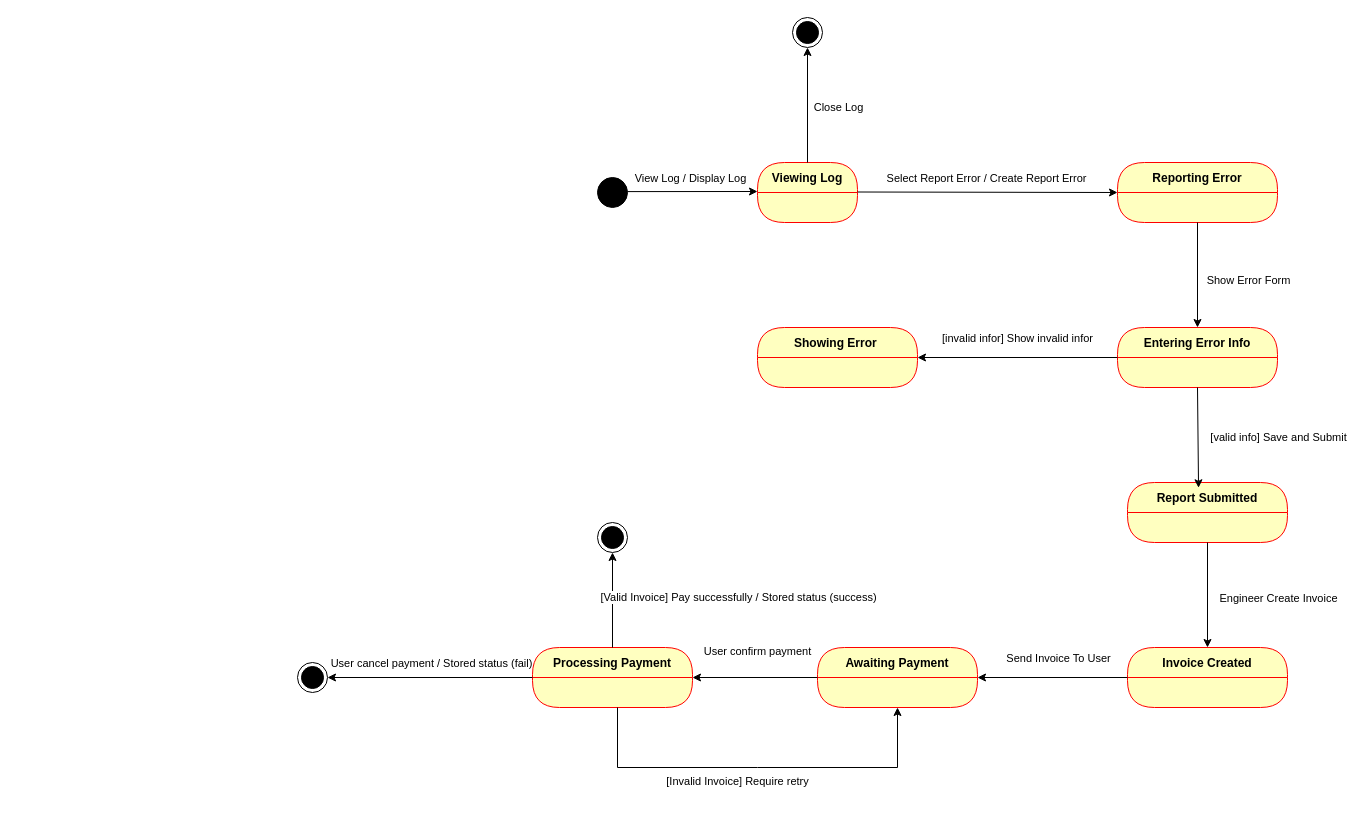
Above: State machine diagram/customer_support_state_machine.drawio in cuongceg/BTL-IT3120 (draw.io), before the change. Source tidied: cells renumbered, new cells numbered last; positions are measured from the earlier drawing's top-left corner, leaving out a move shared by most shapes. Both pictures are drawn from the tidied source at 100%, with x=0, y=0 at pixel (297, 17).
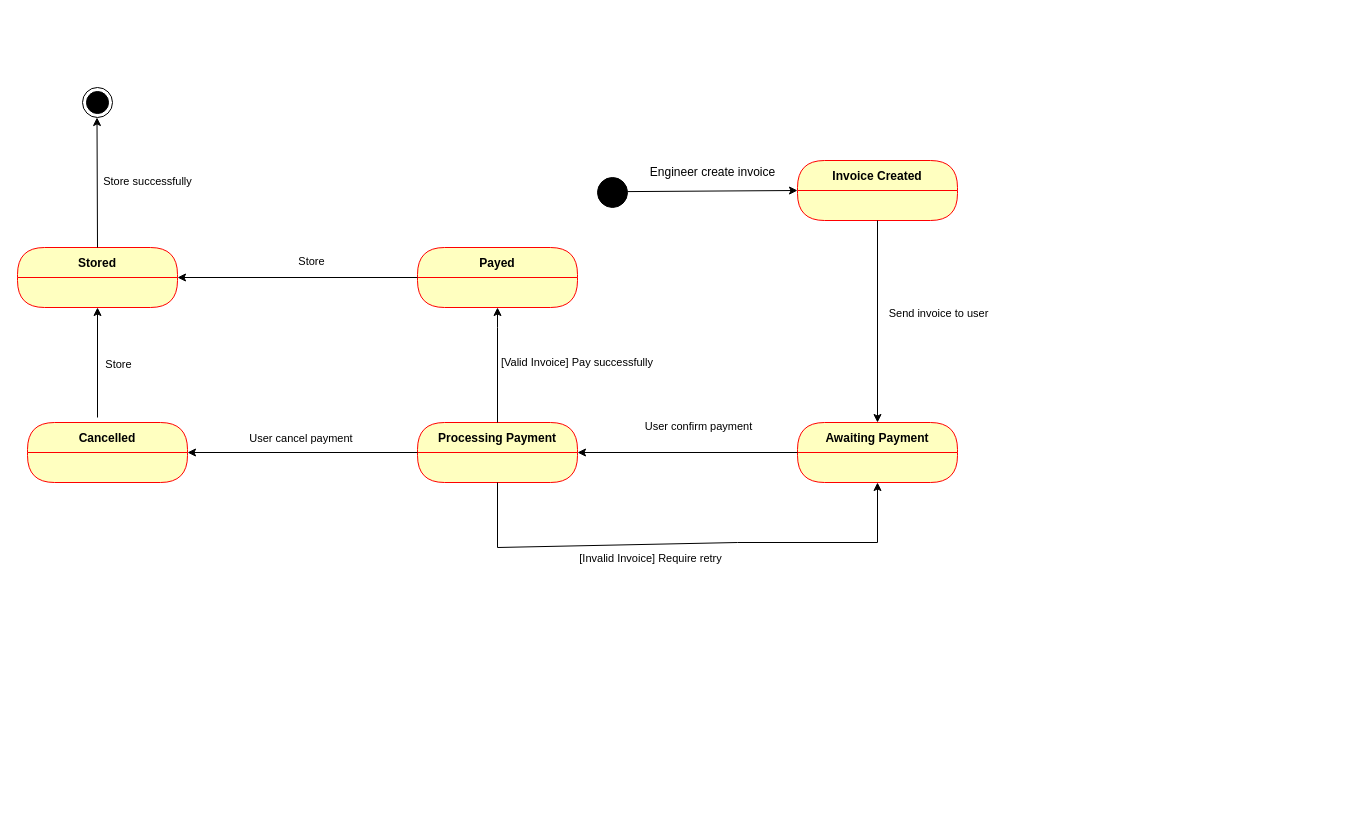
After the change.

Commit message:
fix: update state invoice

Diff of the diagram source:
```diff
@@
-    <mxCell id="2" style="ellipse;html=1;shape=endState;fillColor=strokeColor;" parent="1" vertex="1">
-      <mxGeometry x="300" y="505" width="30" height="30" as="geometry" />
-    </mxCell>
@@
-    <mxCell id="4" style="rounded=0;orthogonalLoop=1;jettySize=auto;html=1;exitX=1;exitY=0.5;exitDx=0;exitDy=0;" parent="1" edge="1">
+    <mxCell id="4" style="rounded=0;jettySize=auto;html=1;exitX=1;exitY=0.5;exitDx=0;exitDy=0;entryX=0;entryY=0.5;entryDx=0;entryDy=0;" parent="1" edge="1" target="24">
       <mxGeometry relative="1" as="geometry">
         <mxPoint x="330" y="174.1" as="sourcePoint" />
-        <mxPoint x="460" y="174" as="targetPoint" />
       </mxGeometry>
     </mxCell>
-    <mxCell id="5" value="&lt;div&gt;View Log / Display Log&lt;/div&gt;" style="edgeLabel;html=1;align=center;verticalAlign=middle;" parent="4" vertex="1">
-      <mxGeometry x="-0.01" y="1" relative="1" as="geometry">
-        <mxPoint x="-1" y="-13" as="offset" />
-      </mxGeometry>
-    </mxCell>
-    <mxCell id="6" value="Viewing Log" style="swimlane;fontStyle=1;align=center;verticalAlign=middle;horizontal=1;startSize=30;fontColor=#000000;rounded=1;arcSize=30;strokeColor=#ff0000;fillColor=#ffffc0;swimlaneFillColor=#ffffc0;" parent="1" vertex="1">
-      <mxGeometry x="460" y="145" width="100" height="60" as="geometry" />
-    </mxCell>
-    <mxCell id="7" value="Reporting Error" style="swimlane;fontStyle=1;align=center;verticalAlign=middle;horizontal=1;startSize=30;fontColor=#000000;rounded=1;arcSize=30;strokeColor=#ff0000;fillColor=#ffffc0;swimlaneFillColor=#ffffc0;" parent="1" vertex="1">
-      <mxGeometry x="820" y="145" width="160" height="60" as="geometry" />
-    </mxCell>
-    <mxCell id="8" style="rounded=0;jettySize=auto;html=1;exitX=1;exitY=0.5;exitDx=0;exitDy=0;entryX=0;entryY=0.5;entryDx=0;entryDy=0;" parent="1" edge="1" target="7">
-      <mxGeometry relative="1" as="geometry">
-        <mxPoint x="560" y="174.5" as="sourcePoint" />
-      </mxGeometry>
-    </mxCell>
-    <mxCell id="9" value="&lt;div&gt;Select Report Error / Create Report Error&lt;/div&gt;" style="edgeLabel;html=1;align=center;verticalAlign=middle;" parent="8" vertex="1">
-      <mxGeometry x="-0.01" y="1" relative="1" as="geometry">
-        <mxPoint x="-1" y="-13" as="offset" />
-      </mxGeometry>
-    </mxCell>
-    <mxCell id="10" style="ellipse;html=1;shape=endState;fillColor=strokeColor;" parent="1" vertex="1">
-      <mxGeometry x="495" width="30" height="30" as="geometry" />
-    </mxCell>
-    <mxCell id="11" style="endArrow=classic;html=1;rounded=0;exitX=0.5;exitY=0;exitDx=0;exitDy=0;entryX=0.5;entryY=1;entryDx=0;entryDy=0;" parent="1" edge="1" source="6" target="10">
-      <mxGeometry relative="1" as="geometry" />
-    </mxCell>
-    <mxCell id="12" value="Close Log" style="edgeLabel;html=1;align=center;verticalAlign=middle;" parent="11" vertex="1">
-      <mxGeometry x="-0.03" y="-2" relative="1" as="geometry">
-        <mxPoint x="28" as="offset" />
-      </mxGeometry>
-    </mxCell>
-    <mxCell id="13" value="Entering Error Info" style="swimlane;fontStyle=1;align=center;verticalAlign=middle;horizontal=1;startSize=30;fontColor=#000000;rounded=1;arcSize=30;strokeColor=#ff0000;fillColor=#ffffc0;swimlaneFillColor=#ffffc0;" parent="1" vertex="1">
-      <mxGeometry x="820" y="310" width="160" height="60" as="geometry" />
-    </mxCell>
-    <mxCell id="14" style="endArrow=classic;html=1;rounded=0;exitX=0.5;exitY=1;exitDx=0;exitDy=0;" parent="1" edge="1" source="7" target="13">
-      <mxGeometry relative="1" as="geometry" />
-    </mxCell>
-    <mxCell id="15" value="Show Error Form" style="edgeLabel;html=1;align=center;verticalAlign=middle;" parent="14" vertex="1">
-      <mxGeometry x="0.09" y="3" relative="1" as="geometry">
-        <mxPoint x="47" as="offset" />
-      </mxGeometry>
-    </mxCell>
-    <mxCell id="16" value="Report Submitted" style="swimlane;fontStyle=1;align=center;verticalAlign=middle;horizontal=1;startSize=30;fontColor=#000000;rounded=1;arcSize=30;strokeColor=#ff0000;fillColor=#ffffc0;swimlaneFillColor=#ffffc0;" parent="1" vertex="1">
-      <mxGeometry x="830" y="465" width="160" height="60" as="geometry" />
-    </mxCell>
-    <mxCell id="17" value="Showing Error " style="swimlane;fontStyle=1;align=center;verticalAlign=middle;horizontal=1;startSize=30;fontColor=#000000;rounded=1;arcSize=30;strokeColor=#ff0000;fillColor=#ffffc0;swimlaneFillColor=#ffffc0;" parent="1" vertex="1">
-      <mxGeometry x="460" y="310" width="160" height="60" as="geometry" />
-    </mxCell>
-    <mxCell id="18" style="endArrow=classic;html=1;rounded=0;exitX=0;exitY=0.5;exitDx=0;exitDy=0;entryX=1;entryY=0.5;entryDx=0;entryDy=0;" parent="1" edge="1" source="13" target="17">
-      <mxGeometry relative="1" as="geometry" />
-    </mxCell>
-    <mxCell id="19" value="[invalid infor] Show invalid infor" style="edgeLabel;html=1;align=center;verticalAlign=middle;" parent="18" vertex="1">
-      <mxGeometry x="0.01" y="-4" relative="1" as="geometry">
-        <mxPoint y="-16" as="offset" />
-      </mxGeometry>
-    </mxCell>
-    <mxCell id="20" style="endArrow=classic;html=1;rounded=0;exitX=0.5;exitY=1;exitDx=0;exitDy=0;entryX=0.444;entryY=0.088;entryDx=0;entryDy=0;entryPerimeter=0;" parent="1" edge="1" source="13" target="16">
-      <mxGeometry relative="1" as="geometry" />
-    </mxCell>
-    <mxCell id="21" value="[valid info] Save and Submit" style="edgeLabel;html=1;align=center;verticalAlign=middle;" parent="20" vertex="1">
-      <mxGeometry x="-0.08" y="1" relative="1" as="geometry">
-        <mxPoint x="79" y="4" as="offset" />
-      </mxGeometry>
-    </mxCell>
-    <mxCell id="22" style="endArrow=classic;html=1;rounded=0;exitX=0.5;exitY=1;exitDx=0;exitDy=0;" parent="1" edge="1" source="16">
-      <mxGeometry relative="1" as="geometry">
-        <mxPoint x="910" y="630" as="targetPoint" />
-      </mxGeometry>
-    </mxCell>
-    <mxCell id="23" value="Engineer Create Invoice" style="edgeLabel;html=1;align=center;verticalAlign=middle;" parent="22" vertex="1">
-      <mxGeometry x="-0.06" y="-4" relative="1" as="geometry">
-        <mxPoint x="74" y="6" as="offset" />
-      </mxGeometry>
-    </mxCell>
     <mxCell id="24" value="Invoice Created" style="swimlane;fontStyle=1;align=center;verticalAlign=middle;horizontal=1;startSize=30;fontColor=#000000;rounded=1;arcSize=30;strokeColor=#ff0000;fillColor=#ffffc0;swimlaneFillColor=#ffffc0;" parent="1" vertex="1">
-      <mxGeometry x="830" y="630" width="160" height="60" as="geometry" />
+      <mxGeometry x="500" y="143" width="160" height="60" as="geometry" />
     </mxCell>
     <mxCell id="25" value="Awaiting Payment" style="swimlane;fontStyle=1;align=center;verticalAlign=middle;horizontal=1;startSize=30;fontColor=#000000;rounded=1;arcSize=30;strokeColor=#ff0000;fillColor=#ffffc0;swimlaneFillColor=#ffffc0;" parent="1" vertex="1">
-      <mxGeometry x="520" y="630" width="160" height="60" as="geometry" />
+      <mxGeometry x="500" y="405" width="160" height="60" as="geometry" />
     </mxCell>
-    <mxCell id="26" style="endArrow=classic;html=1;rounded=0;exitX=0;exitY=0.5;exitDx=0;exitDy=0;entryX=1;entryY=0.5;entryDx=0;entryDy=0;" parent="1" edge="1" source="24" target="25">
-      <mxGeometry relative="1" as="geometry" />
-    </mxCell>
-    <mxCell id="27" value="Send Invoice To User" style="edgeLabel;html=1;align=center;verticalAlign=middle;" parent="26" vertex="1">
-      <mxGeometry x="-0.3" y="3" relative="1" as="geometry">
-        <mxPoint x="-17" y="-23" as="offset" />
-      </mxGeometry>
-    </mxCell>
     <mxCell id="28" value="Processing Payment" style="swimlane;fontStyle=1;align=center;verticalAlign=middle;horizontal=1;startSize=30;fontColor=#000000;rounded=1;arcSize=30;strokeColor=#ff0000;fillColor=#ffffc0;swimlaneFillColor=#ffffc0;" parent="1" vertex="1">
-      <mxGeometry x="235" y="630" width="160" height="60" as="geometry" />
+      <mxGeometry x="120" y="405" width="160" height="60" as="geometry" />
     </mxCell>
@@
-    <mxCell id="31" style="endArrow=classic;html=1;rounded=0;entryX=0.5;entryY=1;entryDx=0;entryDy=0;" parent="1" edge="1" target="25">
+    <mxCell id="31" style="endArrow=classic;html=1;rounded=0;entryX=0.5;entryY=1;entryDx=0;entryDy=0;exitX=0.5;exitY=1;exitDx=0;exitDy=0;" parent="1" edge="1" source="28" target="25">
       <mxGeometry relative="1" as="geometry">
-        <mxPoint x="320" y="690" as="sourcePoint" />
         <Array as="points">
-          <mxPoint x="320" y="750" />
-          <mxPoint x="460" y="750" />
-          <mxPoint x="600" y="750" />
+          <mxPoint x="200" y="530" />
+          <mxPoint x="440" y="525" />
+          <mxPoint x="580" y="525" />
         </Array>
       </mxGeometry>
     </mxCell>
@@
-    <mxCell id="33" style="endArrow=classic;html=1;rounded=0;exitX=0.5;exitY=0;exitDx=0;exitDy=0;entryX=0.5;entryY=1;entryDx=0;entryDy=0;" parent="1" edge="1" source="28" target="2">
-      <mxGeometry relative="1" as="geometry" />
+    <mxCell id="33" style="endArrow=classic;html=1;rounded=0;exitX=0.5;exitY=0;exitDx=0;exitDy=0;" parent="1" edge="1" source="28">
+      <mxGeometry relative="1" as="geometry">
+        <mxPoint x="200" y="290" as="targetPoint" />
+        <Array as="points">
+          <mxPoint x="200" y="310" />
+        </Array>
+      </mxGeometry>
     </mxCell>
-    <mxCell id="34" value="[Valid Invoice] Pay successfully / Stored status (success)" style="edgeLabel;html=1;align=center;verticalAlign=middle;" parent="33" vertex="1">
+    <mxCell id="34" value="[Valid Invoice] Pay successfully&amp;nbsp;" style="edgeLabel;html=1;align=center;verticalAlign=middle;" parent="33" vertex="1">
       <mxGeometry x="0.05" y="-2" relative="1" as="geometry">
-        <mxPoint x="123" y="-1" as="offset" />
+        <mxPoint x="78" y="-1" as="offset" />
       </mxGeometry>
     </mxCell>
-    <mxCell id="35" style="ellipse;html=1;shape=endState;fillColor=strokeColor;" parent="1" vertex="1">
-      <mxGeometry y="645" width="30" height="30" as="geometry" />
-    </mxCell>
-    <mxCell id="36" style="endArrow=classic;html=1;rounded=0;exitX=0;exitY=0.5;exitDx=0;exitDy=0;entryX=1;entryY=0.5;entryDx=0;entryDy=0;" parent="1" edge="1" source="28" target="35">
+    <mxCell id="36" style="endArrow=classic;html=1;rounded=0;exitX=0;exitY=0.5;exitDx=0;exitDy=0;entryX=1;entryY=0.5;entryDx=0;entryDy=0;" parent="1" edge="1" source="28" target="40">
       <mxGeometry relative="1" as="geometry" />
     </mxCell>
-    <mxCell id="37" value="User cancel payment / Stored status (fail)" style="edgeLabel;html=1;align=center;verticalAlign=middle;" parent="36" vertex="1">
+    <mxCell id="37" value="User cancel payment&amp;nbsp;" style="edgeLabel;html=1;align=center;verticalAlign=middle;" parent="36" vertex="1">
       <mxGeometry x="0.11" y="-4" relative="1" as="geometry">
         <mxPoint x="12" y="-11" as="offset" />
       </mxGeometry>
     </mxCell>
+    <mxCell id="38" value="Engineer create invoice" style="text;html=1;align=center;verticalAlign=middle;strokeColor=none;fillColor=none;" parent="1" vertex="1">
+      <mxGeometry x="340" y="140" width="150" height="30" as="geometry" />
+    </mxCell>
+    <mxCell id="26" style="endArrow=classic;html=1;rounded=0;exitX=0.5;exitY=1;exitDx=0;exitDy=0;entryX=0.5;entryY=0;entryDx=0;entryDy=0;" parent="1" edge="1" source="24" target="25">
+      <mxGeometry relative="1" as="geometry" />
+    </mxCell>
+    <mxCell id="39" value="Send invoice to user" style="edgeLabel;html=1;align=center;verticalAlign=middle;" parent="26" vertex="1">
+      <mxGeometry x="-0.2" y="2" relative="1" as="geometry">
+        <mxPoint x="58" y="11" as="offset" />
+      </mxGeometry>
+    </mxCell>
+    <mxCell id="40" value="Cancelled" style="swimlane;fontStyle=1;align=center;verticalAlign=middle;horizontal=1;startSize=30;fontColor=#000000;rounded=1;arcSize=30;strokeColor=#ff0000;fillColor=#ffffc0;swimlaneFillColor=#ffffc0;" parent="1" vertex="1">
+      <mxGeometry x="-270" y="405" width="160" height="60" as="geometry" />
+    </mxCell>
+    <mxCell id="41" value="Payed" style="swimlane;fontStyle=1;align=center;verticalAlign=middle;horizontal=1;startSize=30;fontColor=#000000;rounded=1;arcSize=30;strokeColor=#ff0000;fillColor=#ffffc0;swimlaneFillColor=#ffffc0;" parent="1" vertex="1">
+      <mxGeometry x="120" y="230" width="160" height="60" as="geometry" />
+    </mxCell>
+    <mxCell id="42" value="Stored" style="swimlane;fontStyle=1;align=center;verticalAlign=middle;horizontal=1;startSize=30;fontColor=#000000;rounded=1;arcSize=30;strokeColor=#ff0000;fillColor=#ffffc0;swimlaneFillColor=#ffffc0;" parent="1" vertex="1">
+      <mxGeometry x="-280" y="230" width="160" height="60" as="geometry" />
+    </mxCell>
+    <mxCell id="43" style="endArrow=classic;html=1;rounded=0;entryX=1;entryY=0.5;entryDx=0;entryDy=0;exitX=0;exitY=0.5;exitDx=0;exitDy=0;" parent="1" edge="1" source="41" target="42">
+      <mxGeometry relative="1" as="geometry" />
+    </mxCell>
+    <mxCell id="44" style="endArrow=classic;html=1;rounded=0;entryX=0.5;entryY=1;entryDx=0;entryDy=0;" parent="1" edge="1" target="42">
+      <mxGeometry relative="1" as="geometry">
+        <mxPoint x="-200" y="400" as="sourcePoint" />
+      </mxGeometry>
+    </mxCell>
+    <mxCell id="45" value="Store" style="edgeLabel;html=1;align=center;verticalAlign=middle;" parent="44" vertex="1">
+      <mxGeometry x="-0.02" relative="1" as="geometry">
+        <mxPoint x="20" as="offset" />
+      </mxGeometry>
+    </mxCell>
+    <mxCell id="46" value="Store" style="edgeLabel;html=1;align=center;verticalAlign=middle;" parent="1" vertex="1">
+      <mxGeometry x="-180" y="360" as="geometry">
+        <mxPoint x="193" y="-117" as="offset" />
+      </mxGeometry>
+    </mxCell>
+    <mxCell id="47" style="ellipse;html=1;shape=endState;fillColor=strokeColor;" parent="1" vertex="1">
+      <mxGeometry x="-215" y="70" width="30" height="30" as="geometry" />
+    </mxCell>
+    <mxCell id="48" style="endArrow=classic;html=1;rounded=0;entryX=0.5;entryY=1;entryDx=0;entryDy=0;exitX=0.5;exitY=0;exitDx=0;exitDy=0;" parent="1" edge="1" source="42">
+      <mxGeometry relative="1" as="geometry">
+        <mxPoint x="-200.5" y="100" as="targetPoint" />
+      </mxGeometry>
+    </mxCell>
+    <mxCell id="49" value="Store successfully&lt;div&gt;&lt;br&gt;&lt;/div&gt;" style="edgeLabel;html=1;align=center;verticalAlign=middle;" parent="48" vertex="1">
+      <mxGeometry x="-0.02" relative="1" as="geometry">
+        <mxPoint x="50" y="4" as="offset" />
+      </mxGeometry>
+    </mxCell>
```
